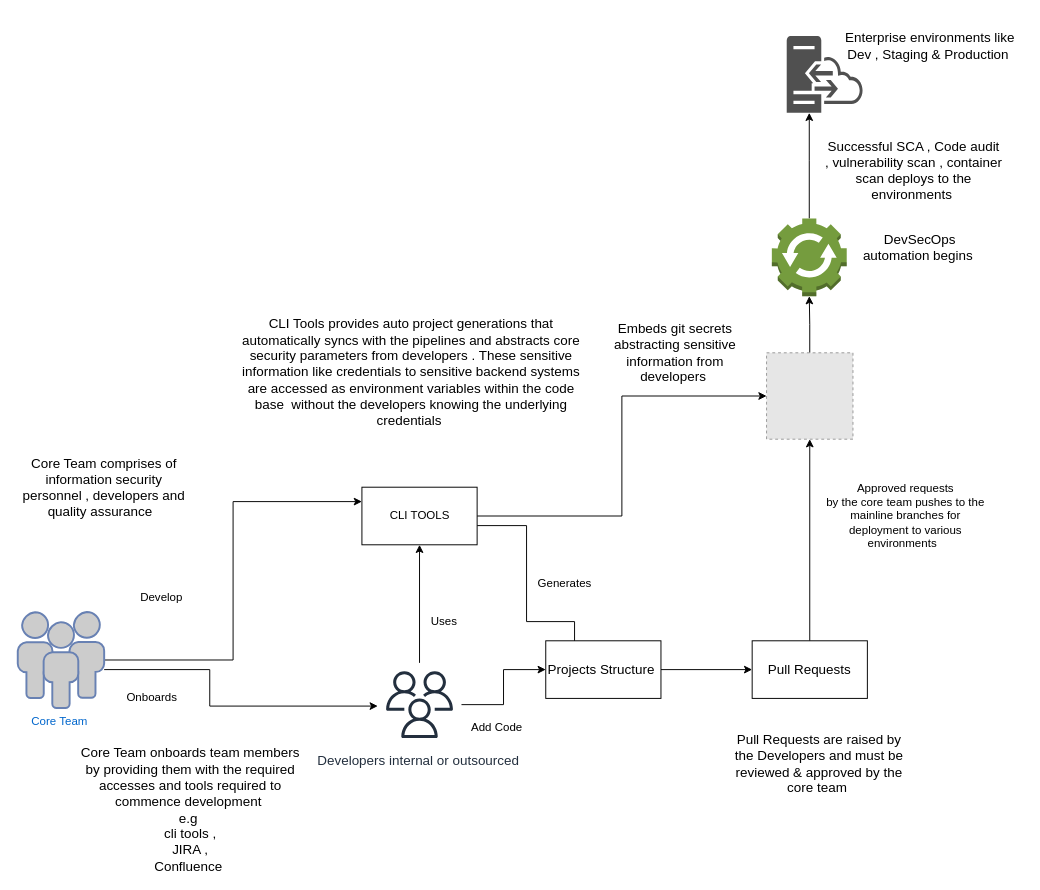
tyger-rareatom/consulting-architectures keeps this draw.io diagram as page "Internal process flow" (2 of 2) of icurity.drawio. Above is the earlier version. Source tidied: cells renumbered, new cells numbered last; positions are measured from the earlier drawing's top-left corner, leaving out a move shared by most shapes. Both pictures are drawn from the tidied source at 96%, with x=0, y=0 at pixel (17, 16). Pictures stored in the file or linked from it are replaced by grey dashed boxes.
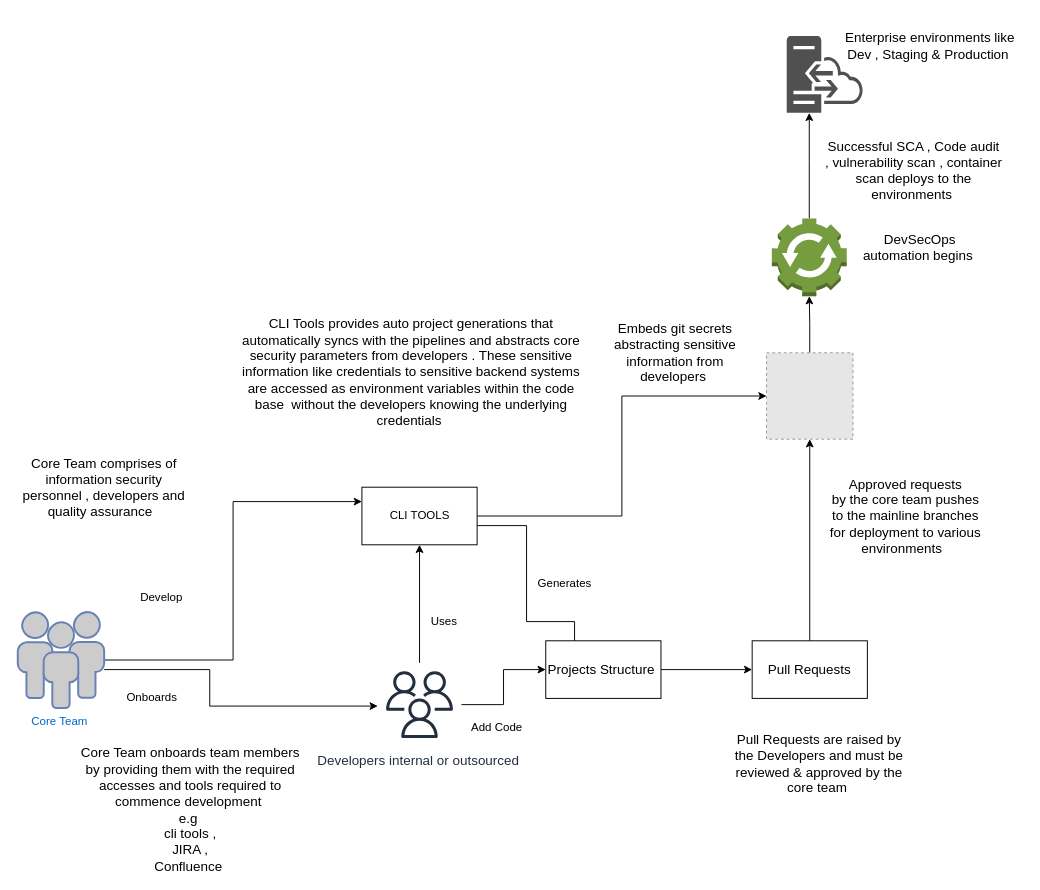
Above is the later version.

What changed in the source:
```diff
@@
-    <mxCell id="27" value="Approved requests&lt;br&gt;by the core team pushes to the mainline branches for deployment to various environments&amp;nbsp;&amp;nbsp;" style="text;html=1;strokeColor=none;fillColor=none;align=center;verticalAlign=middle;whiteSpace=wrap;rounded=0;" parent="1" vertex="1">
+    <mxCell id="27" value="&lt;font style=&quot;font-size: 14px&quot;&gt;Approved requests&lt;br&gt;by the core team pushes to the mainline branches for deployment to various environments&amp;nbsp;&amp;nbsp;&lt;/font&gt;" style="text;html=1;strokeColor=none;fillColor=none;align=center;verticalAlign=middle;whiteSpace=wrap;rounded=0;" parent="1" vertex="1">
       <mxGeometry x="840" y="465" width="170" height="110" as="geometry" />
     </mxCell>
```
